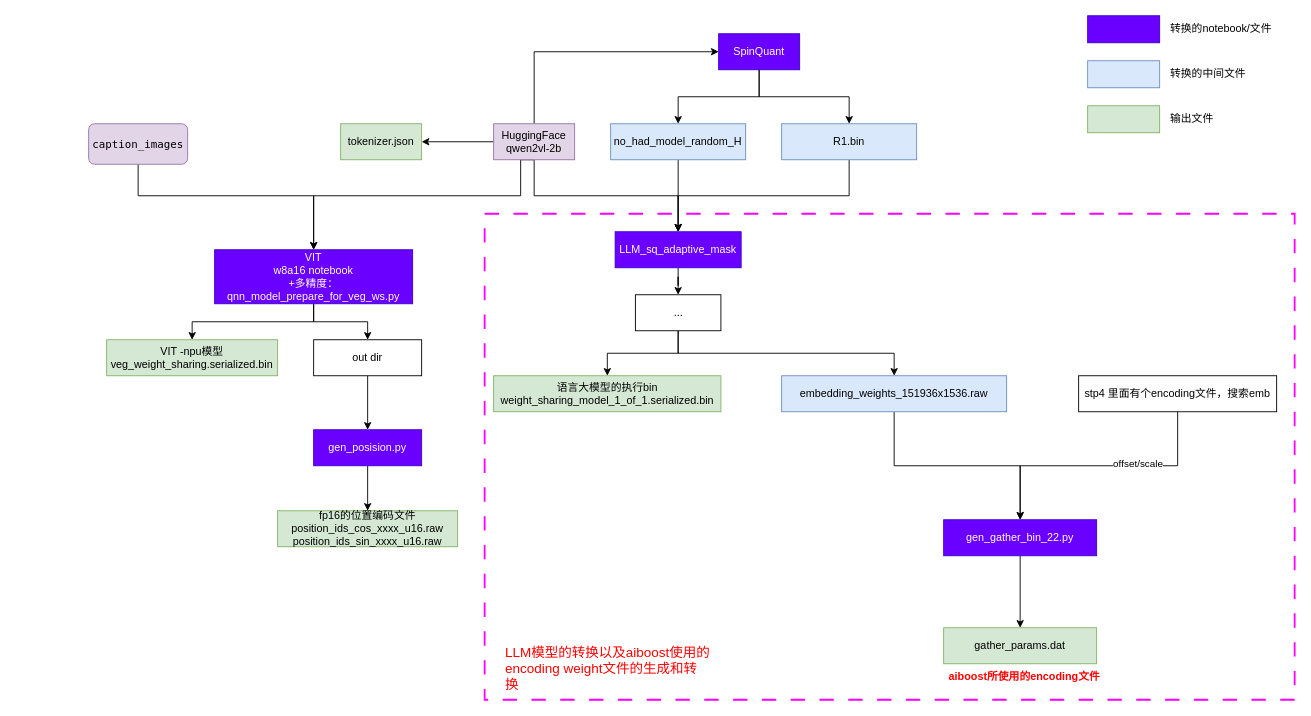
mailonghua/drawio keeps this draw.io diagram as LLM/mllm_hexagon_npu_convert.drawio. Above is the earlier version. Source tidied: cells renumbered, new cells numbered last; positions are measured from the earlier drawing's top-left corner, leaving out a move shared by most shapes. Both pictures are drawn from the tidied source at 90%, with x=0, y=0 at pixel (88, 15).
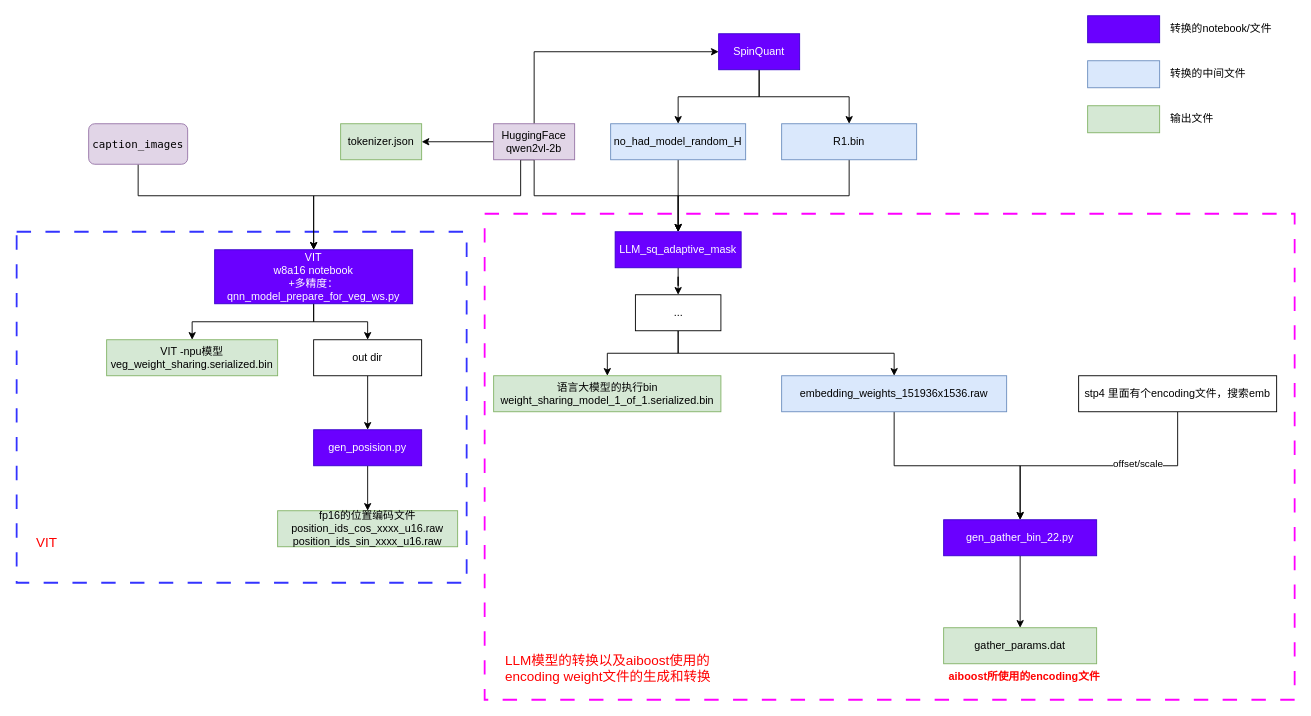
Above is the later version.

What changed in the source:
```diff
@@
+    <mxCell id="50" style="rounded=0;whiteSpace=wrap;html=1;dashed=1;dashPattern=8 8;strokeWidth=2;strokeColor=#3333FF;fillColor=none;" parent="1" vertex="1">
+      <mxGeometry x="-80" y="240" width="500" height="390" as="geometry" />
+    </mxCell>
@@
     <mxCell id="49" value="LLM模型的转换以及aiboost使用的encoding weight文件的生成和转换" style="text;strokeColor=none;align=left;fillColor=none;html=1;verticalAlign=middle;whiteSpace=wrap;rounded=0;fontSize=15;fontColor=#FF0000;" parent="1" vertex="1">
-      <mxGeometry x="461.2" y="710" width="230" height="30" as="geometry" />
+      <mxGeometry x="461.2" y="710" width="258.8" height="30" as="geometry" />
     </mxCell>
+    <mxCell id="51" value="VIT" style="text;strokeColor=none;align=left;fillColor=none;html=1;verticalAlign=middle;whiteSpace=wrap;rounded=0;fontSize=15;fontColor=#FF0000;" parent="1" vertex="1">
+      <mxGeometry x="-60" y="570" width="40" height="30" as="geometry" />
+    </mxCell>
```
